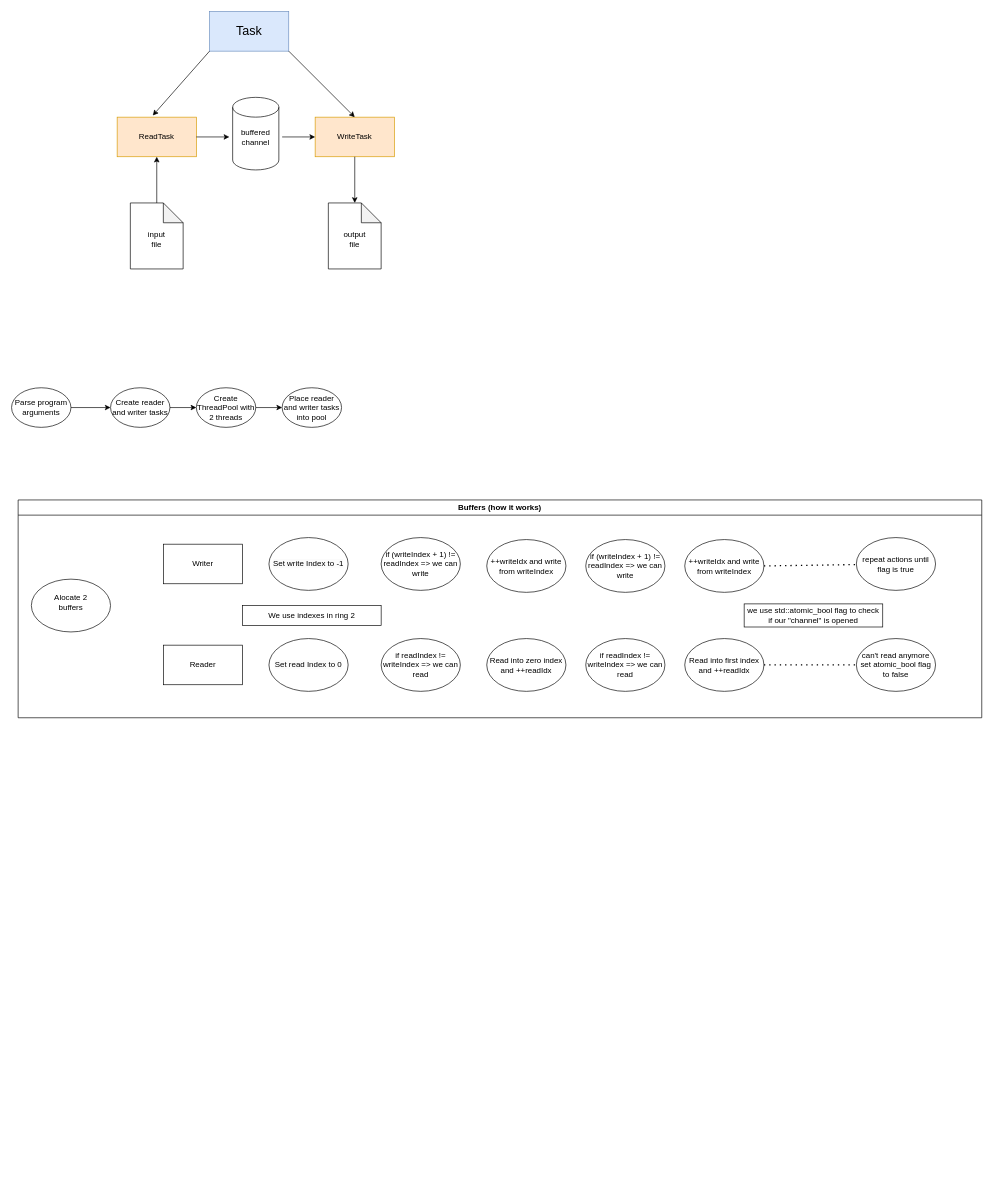
Above: CopyUtility.drawio in VladimirTakeda/Epam-cpp (draw.io), before the change. Source tidied: cells renumbered, new cells numbered last; positions are measured from the earlier drawing's top-left corner, leaving out a move shared by most shapes. Both pictures are drawn from the tidied source at 66%, with x=0, y=0 at pixel (11, 11).
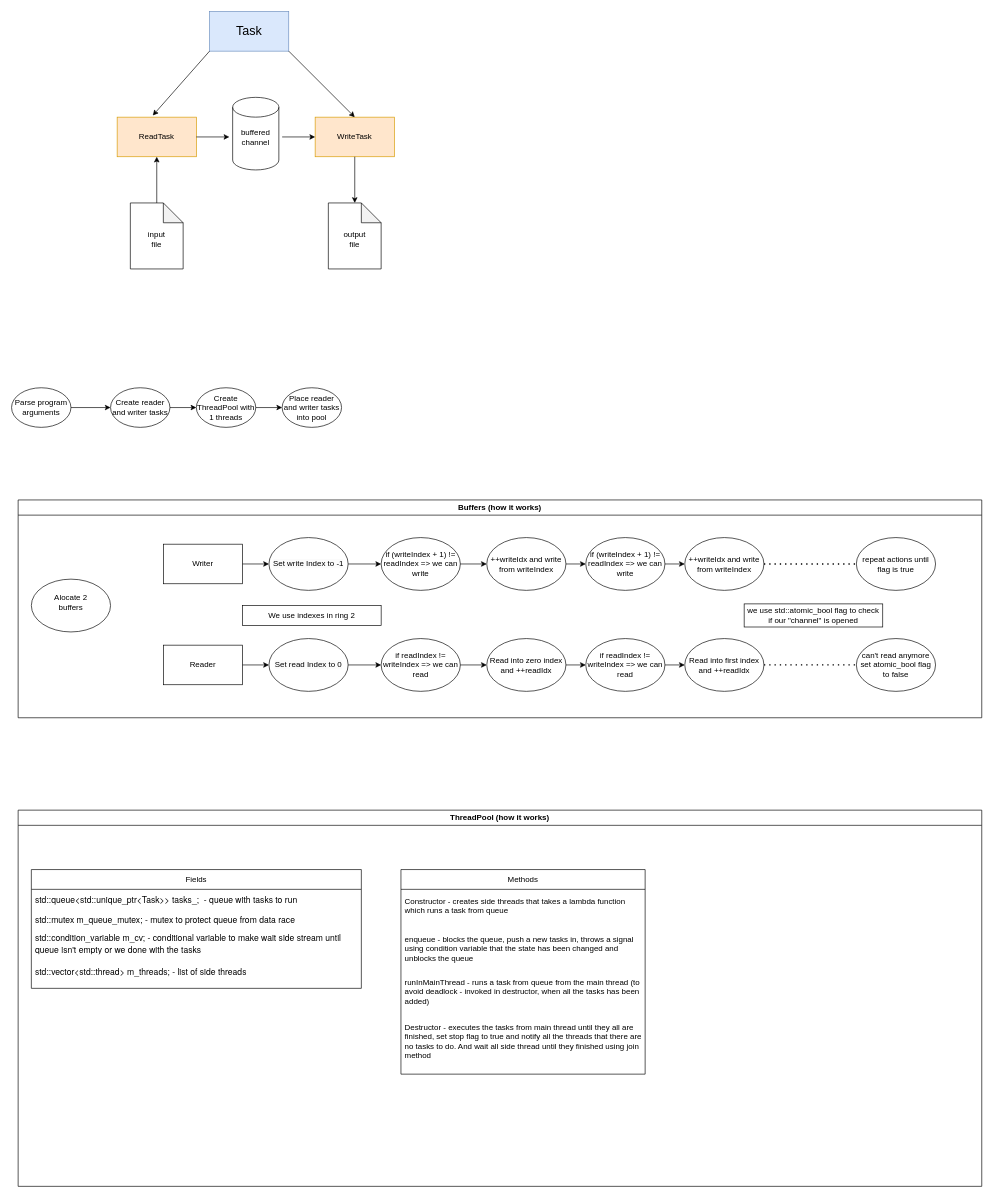
Above is the later version.

Commit message (it also covers changes not shown here):
updated schema, removed 1 side, unnesesary thread, added padding to avoid false sharing

Unchanged cells that the change refers to:
```xml
<mxCell id="27" value="Buffers (how it works)" style="swimlane;whiteSpace=wrap;html=1;" parent="1" vertex="1">
  <mxGeometry x="10" y="740" width="1460" height="330" as="geometry" />
</mxCell>
<mxCell id="30" value="Read into zero index and ++readIdx" style="ellipse;whiteSpace=wrap;html=1;" parent="27" vertex="1">
  <mxGeometry x="710" y="210" width="120" height="80" as="geometry" />
</mxCell>
<mxCell id="31" value="if (writeIndex + 1) != readIndex =&amp;gt; we can write" style="ellipse;whiteSpace=wrap;html=1;" parent="27" vertex="1">
  <mxGeometry x="550" y="57" width="120" height="80" as="geometry" />
</mxCell>
<mxCell id="32" value="Read into first index&lt;br&gt;and ++readIdx" style="ellipse;whiteSpace=wrap;html=1;" parent="27" vertex="1">
  <mxGeometry x="1010" y="210" width="120" height="80" as="geometry" />
</mxCell>
<mxCell id="33" value="Writer" style="rounded=0;whiteSpace=wrap;html=1;" parent="27" vertex="1">
  <mxGeometry x="220" y="67" width="120" height="60" as="geometry" />
</mxCell>
<mxCell id="34" value="Reader" style="rounded=0;whiteSpace=wrap;html=1;" parent="27" vertex="1">
  <mxGeometry x="220" y="220" width="120" height="60" as="geometry" />
</mxCell>
<mxCell id="35" value="&lt;span style=&quot;color: rgb(0, 0, 0); font-family: Helvetica; font-size: 12px; font-style: normal; font-variant-ligatures: normal; font-variant-caps: normal; font-weight: 400; letter-spacing: normal; orphans: 2; text-align: center; text-indent: 0px; text-transform: none; widows: 2; word-spacing: 0px; -webkit-text-stroke-width: 0px; white-space: normal; background-color: rgb(251, 251, 251); text-decoration-thickness: initial; text-decoration-style: initial; text-decoration-color: initial; display: inline !important; float: none;&quot;&gt;Set write Index to -1&lt;/span&gt;" style="ellipse;whiteSpace=wrap;html=1;" parent="27" vertex="1">
  <mxGeometry x="380" y="57" width="120" height="80" as="geometry" />
</mxCell>
<mxCell id="36" value="&lt;span style=&quot;color: rgb(0, 0, 0); font-family: Helvetica; font-size: 12px; font-style: normal; font-variant-ligatures: normal; font-variant-caps: normal; font-weight: 400; letter-spacing: normal; orphans: 2; text-align: center; text-indent: 0px; text-transform: none; widows: 2; word-spacing: 0px; -webkit-text-stroke-width: 0px; white-space: normal; background-color: rgb(251, 251, 251); text-decoration-thickness: initial; text-decoration-style: initial; text-decoration-color: initial; display: inline !important; float: none;&quot;&gt;Set read Index to 0&lt;/span&gt;" style="ellipse;whiteSpace=wrap;html=1;" parent="27" vertex="1">
  <mxGeometry x="380" y="210" width="120" height="80" as="geometry" />
</mxCell>
<mxCell id="39" value="if readIndex != writeIndex =&amp;gt; we can read" style="ellipse;whiteSpace=wrap;html=1;" parent="27" vertex="1">
  <mxGeometry x="550" y="210" width="120" height="80" as="geometry" />
</mxCell>
<mxCell id="40" value="if readIndex != writeIndex =&amp;gt; we can read" style="ellipse;whiteSpace=wrap;html=1;" parent="27" vertex="1">
  <mxGeometry x="860" y="210" width="120" height="80" as="geometry" />
</mxCell>
```

Change to the diagram source:
```diff
@@
-    <mxCell id="23" value="Create ThreadPool with 2 threads" style="ellipse;whiteSpace=wrap;html=1;" parent="1" vertex="1">
+    <mxCell id="23" value="Create ThreadPool with 1 threads" style="ellipse;whiteSpace=wrap;html=1;" parent="1" vertex="1">
       <mxGeometry x="280" y="570" width="90" height="60" as="geometry" />
     </mxCell>
@@
     <mxCell id="37" value="++writeIdx and write from writeIndex" style="ellipse;whiteSpace=wrap;html=1;" parent="27" vertex="1">
-      <mxGeometry x="710" y="60" width="120" height="80" as="geometry" />
+      <mxGeometry x="710" y="57" width="120" height="80" as="geometry" />
     </mxCell>
@@
     <mxCell id="41" value="if (writeIndex + 1) != readIndex =&amp;gt; we can write" style="ellipse;whiteSpace=wrap;html=1;" parent="27" vertex="1">
-      <mxGeometry x="860" y="60" width="120" height="80" as="geometry" />
+      <mxGeometry x="860" y="57" width="120" height="80" as="geometry" />
     </mxCell>
     <mxCell id="42" value="++writeIdx and write from writeIndex" style="ellipse;whiteSpace=wrap;html=1;" parent="27" vertex="1">
-      <mxGeometry x="1010" y="60" width="120" height="80" as="geometry" />
+      <mxGeometry x="1010" y="57" width="120" height="80" as="geometry" />
     </mxCell>
@@
+    <mxCell id="48" style="endArrow=classic;html=1;rounded=0;exitX=1;exitY=0.5;exitDx=0;exitDy=0;" parent="27" edge="1" source="34" target="36">
+      <mxGeometry relative="1" as="geometry" />
+    </mxCell>
+    <mxCell id="49" style="endArrow=classic;html=1;rounded=0;exitX=1;exitY=0.5;exitDx=0;exitDy=0;entryX=0;entryY=0.5;entryDx=0;entryDy=0;" parent="27" edge="1" source="33" target="35">
+      <mxGeometry relative="1" as="geometry" />
+    </mxCell>
+    <mxCell id="50" style="endArrow=classic;html=1;rounded=0;exitX=1;exitY=0.5;exitDx=0;exitDy=0;entryX=0;entryY=0.5;entryDx=0;entryDy=0;" parent="27" edge="1" source="36" target="39">
+      <mxGeometry relative="1" as="geometry" />
+    </mxCell>
+    <mxCell id="51" style="endArrow=classic;html=1;rounded=0;exitX=1;exitY=0.5;exitDx=0;exitDy=0;entryX=0;entryY=0.5;entryDx=0;entryDy=0;" parent="27" edge="1" source="35" target="31">
+      <mxGeometry relative="1" as="geometry" />
+    </mxCell>
+    <mxCell id="52" style="endArrow=classic;html=1;rounded=0;exitX=1;exitY=0.5;exitDx=0;exitDy=0;entryX=0;entryY=0.5;entryDx=0;entryDy=0;" parent="27" edge="1" source="39" target="30">
+      <mxGeometry relative="1" as="geometry" />
+    </mxCell>
+    <mxCell id="53" style="endArrow=classic;html=1;rounded=0;exitX=1;exitY=0.5;exitDx=0;exitDy=0;entryX=0;entryY=0.5;entryDx=0;entryDy=0;" parent="27" edge="1" source="31" target="37">
+      <mxGeometry relative="1" as="geometry" />
+    </mxCell>
+    <mxCell id="54" style="endArrow=classic;html=1;rounded=0;exitX=1;exitY=0.5;exitDx=0;exitDy=0;entryX=0;entryY=0.5;entryDx=0;entryDy=0;" parent="27" edge="1" source="30" target="40">
+      <mxGeometry relative="1" as="geometry" />
+    </mxCell>
+    <mxCell id="55" style="endArrow=classic;html=1;rounded=0;exitX=1;exitY=0.5;exitDx=0;exitDy=0;entryX=0;entryY=0.5;entryDx=0;entryDy=0;" parent="27" edge="1" source="40" target="32">
+      <mxGeometry relative="1" as="geometry" />
+    </mxCell>
+    <mxCell id="56" style="endArrow=classic;html=1;rounded=0;exitX=1;exitY=0.5;exitDx=0;exitDy=0;entryX=0;entryY=0.5;entryDx=0;entryDy=0;" parent="27" edge="1" source="37" target="41">
+      <mxGeometry relative="1" as="geometry" />
+    </mxCell>
+    <mxCell id="57" style="endArrow=classic;html=1;rounded=0;exitX=1;exitY=0.5;exitDx=0;exitDy=0;entryX=0;entryY=0.5;entryDx=0;entryDy=0;" parent="27" edge="1" source="41" target="42">
+      <mxGeometry relative="1" as="geometry" />
+    </mxCell>
+    <mxCell id="58" value="ThreadPool (how it works)" style="swimlane;whiteSpace=wrap;html=1;" parent="1" vertex="1">
+      <mxGeometry x="10" y="1210" width="1460" height="570" as="geometry" />
+    </mxCell>
+    <mxCell id="59" value="Fields" style="swimlane;fontStyle=0;horizontal=1;startSize=30;whiteSpace=wrap;html=1;" parent="58" vertex="1">
+      <mxGeometry x="20" y="90" width="500" height="180" as="geometry" />
+    </mxCell>
+    <mxCell id="60" value="&lt;p style=&quot;margin: 0px; font-variant-numeric: normal; font-variant-east-asian: normal; font-variant-alternates: normal; font-kerning: auto; font-optical-sizing: auto; font-feature-settings: normal; font-variation-settings: normal; font-variant-position: normal; font-stretch: normal; font-size: 13px; line-height: normal; font-family: &amp;quot;Helvetica Neue&amp;quot;;&quot; class=&quot;p1&quot;&gt;std::queue&amp;lt;std::unique_ptr&amp;lt;Task&amp;gt;&amp;gt; tasks_;&amp;nbsp; - queue with tasks to run&lt;/p&gt;" style="text;strokeColor=none;fillColor=none;align=left;verticalAlign=middle;spacingLeft=4;spacingRight=4;overflow=hidden;whiteSpace=wrap;html=1;" parent="59" vertex="1">
+      <mxGeometry y="30" width="500" height="30" as="geometry" />
+    </mxCell>
+    <mxCell id="61" value="&lt;p style=&quot;margin: 0px; font-variant-numeric: normal; font-variant-east-asian: normal; font-variant-alternates: normal; font-kerning: auto; font-optical-sizing: auto; font-feature-settings: normal; font-variation-settings: normal; font-variant-position: normal; font-stretch: normal; font-size: 13px; line-height: normal; font-family: &amp;quot;Helvetica Neue&amp;quot;;&quot; class=&quot;p1&quot;&gt;std::mutex m_queue_mutex; - mutex to protect queue from data race&lt;/p&gt;" style="text;strokeColor=none;fillColor=none;align=left;verticalAlign=middle;spacingLeft=4;spacingRight=4;overflow=hidden;whiteSpace=wrap;html=1;" parent="59" vertex="1">
+      <mxGeometry y="60" width="500" height="30" as="geometry" />
+    </mxCell>
+    <mxCell id="62" value="&lt;p style=&quot;margin: 0px; font-variant-numeric: normal; font-variant-east-asian: normal; font-variant-alternates: normal; font-kerning: auto; font-optical-sizing: auto; font-feature-settings: normal; font-variation-settings: normal; font-variant-position: normal; font-stretch: normal; font-size: 13px; line-height: normal; font-family: &amp;quot;Helvetica Neue&amp;quot;;&quot; class=&quot;p1&quot;&gt;std::condition_variable m_cv; - conditional variable to make wait side stream until queue isn't empty or we done with the tasks&lt;/p&gt;" style="text;strokeColor=none;fillColor=none;align=left;verticalAlign=middle;spacingLeft=4;spacingRight=4;overflow=hidden;whiteSpace=wrap;html=1;" parent="59" vertex="1">
+      <mxGeometry y="90" width="500" height="40" as="geometry" />
+    </mxCell>
+    <mxCell id="63" value="&lt;p style=&quot;margin: 0px; font-variant-numeric: normal; font-variant-east-asian: normal; font-variant-alternates: normal; font-kerning: auto; font-optical-sizing: auto; font-feature-settings: normal; font-variation-settings: normal; font-variant-position: normal; font-stretch: normal; font-size: 13px; line-height: normal; font-family: &amp;quot;Helvetica Neue&amp;quot;;&quot; class=&quot;p1&quot;&gt;&lt;span style=&quot;background-color: initial;&quot;&gt;std::vector&amp;lt;std::thread&amp;gt; m_threads;&lt;/span&gt;&amp;nbsp;- list of side threads&lt;/p&gt;" style="text;strokeColor=none;fillColor=none;align=left;verticalAlign=middle;spacingLeft=4;spacingRight=4;overflow=hidden;whiteSpace=wrap;html=1;" parent="59" vertex="1">
+      <mxGeometry y="130" width="500" height="50" as="geometry" />
+    </mxCell>
+    <mxCell id="64" value="Methods" style="swimlane;fontStyle=0;horizontal=1;startSize=30;whiteSpace=wrap;html=1;" parent="58" vertex="1">
+      <mxGeometry x="580" y="90" width="370" height="310" as="geometry" />
+    </mxCell>
+    <mxCell id="65" value="&lt;div&gt;Constructor - creates side threads that takes a lambda function which runs a task from queue&lt;/div&gt;" style="text;strokeColor=none;fillColor=none;align=left;verticalAlign=middle;spacingLeft=4;spacingRight=4;overflow=hidden;whiteSpace=wrap;html=1;" parent="64" vertex="1">
+      <mxGeometry y="30" width="370" height="50" as="geometry" />
+    </mxCell>
+    <mxCell id="66" value="enqueue - blocks the queue, push a new tasks in, throws a signal using condition variable that the state has been changed and unblocks the queue" style="text;strokeColor=none;fillColor=none;align=left;verticalAlign=middle;spacingLeft=4;spacingRight=4;overflow=hidden;whiteSpace=wrap;html=1;" parent="64" vertex="1">
+      <mxGeometry y="80" width="370" height="80" as="geometry" />
+    </mxCell>
+    <mxCell id="67" value="runInMainThread - runs a task from queue from the main thread (to avoid deadlock - invoked in destructor, when all the tasks has been added)" style="text;strokeColor=none;fillColor=none;align=left;verticalAlign=middle;spacingLeft=4;spacingRight=4;overflow=hidden;whiteSpace=wrap;html=1;" parent="64" vertex="1">
+      <mxGeometry y="160" width="370" height="50" as="geometry" />
+    </mxCell>
+    <mxCell id="68" value="Destructor - executes the tasks from main thread until they all are finished, set stop flag to true and notify all the threads that there are no tasks to do. And wait all side thread until they finished using join method" style="text;strokeColor=none;fillColor=none;align=left;verticalAlign=middle;spacingLeft=4;spacingRight=4;overflow=hidden;whiteSpace=wrap;html=1;" parent="64" vertex="1">
+      <mxGeometry y="210" width="370" height="100" as="geometry" />
+    </mxCell>
```
